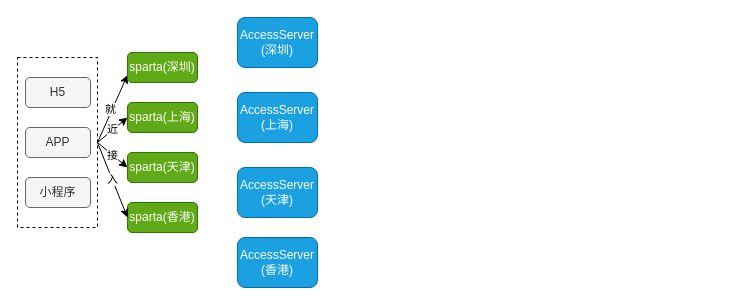
Before: yidian_recom1.drawio in checkking/diagrams, a draw.io diagram. Source tidied: cells renumbered, new cells numbered last; positions are measured from the earlier drawing's top-left corner, leaving out a move shared by most shapes. Both pictures are drawn from the tidied source at 100%, with x=0, y=0 at pixel (17, 17).
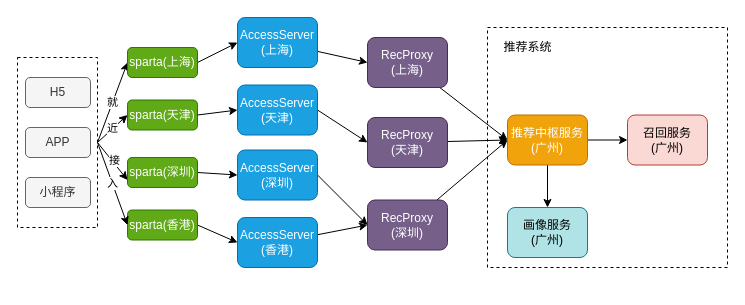
Above is the later version.

Unchanged cells that the change refers to:
```xml
<mxCell id="3" style="rounded=0;whiteSpace=wrap;html=1;dashed=1;" parent="1" vertex="1">
  <mxGeometry y="40" width="80" height="170" as="geometry" />
</mxCell>
<mxCell id="5" style="rounded=0;jettySize=auto;html=1;entryX=0;entryY=0.75;entryDx=0;entryDy=0;exitX=1;exitY=0.5;exitDx=0;exitDy=0;" parent="1" edge="1" source="3" target="10">
  <mxGeometry relative="1" as="geometry" />
</mxCell>
```

Diff of the diagram source:
```diff
@@
+    <mxCell id="19" style="rounded=0;whiteSpace=wrap;html=1;dashed=1;" parent="1" vertex="1">
+      <mxGeometry x="470" y="10" width="240" height="240" as="geometry" />
+    </mxCell>
-    <mxCell id="2" value="接" style="edgeStyle=none;rounded=0;jettySize=auto;html=1;exitX=1;exitY=0.5;exitDx=0;exitDy=0;entryX=0;entryY=0.5;entryDx=0;entryDy=0;" parent="1" edge="1" source="3" target="12">
+    <mxCell id="2" value="近" style="edgeStyle=none;rounded=0;jettySize=auto;html=1;exitX=1;exitY=0.5;exitDx=0;exitDy=0;entryX=0;entryY=0.5;entryDx=0;entryDy=0;" parent="1" edge="1" source="3" target="12">
       <mxGeometry relative="1" as="geometry" />
     </mxCell>
@@
-    <mxCell id="6" value="就" style="edgeLabel;html=1;align=center;verticalAlign=middle;" parent="5" vertex="1">
+    <mxCell id="6" value="接" style="edgeLabel;html=1;align=center;verticalAlign=middle;" parent="5" vertex="1">
       <mxGeometry x="-0.02" y="2" relative="1" as="geometry" />
     </mxCell>
-    <mxCell id="7" value="近" style="edgeStyle=none;rounded=0;jettySize=auto;html=1;entryX=0;entryY=0.5;entryDx=0;entryDy=0;" parent="1" edge="1" target="11">
+    <mxCell id="7" value="就" style="edgeStyle=none;rounded=0;jettySize=auto;html=1;entryX=0;entryY=0.5;entryDx=0;entryDy=0;" parent="1" edge="1" target="11">
       <mxGeometry relative="1" as="geometry">
         <mxPoint x="80" y="125" as="sourcePoint" />
       </mxGeometry>
     </mxCell>
@@
+    <mxCell id="20" style="edgeStyle=none;rounded=0;jettySize=auto;html=1;exitX=1;exitY=0.5;exitDx=0;exitDy=0;entryX=0;entryY=0.5;entryDx=0;entryDy=0;" parent="1" edge="1" source="10" target="15">
+      <mxGeometry relative="1" as="geometry" />
+    </mxCell>
     <mxCell id="10" value="sparta(深圳)" style="rounded=1;whiteSpace=wrap;html=1;fillColor=#60a917;strokeColor=#2D7600;fontColor=#ffffff;" parent="1" vertex="1">
-      <mxGeometry x="110" y="35" width="70" height="30" as="geometry" />
+      <mxGeometry x="110" y="140" width="70" height="30" as="geometry" />
     </mxCell>
+    <mxCell id="21" style="edgeStyle=none;rounded=0;jettySize=auto;html=1;exitX=1;exitY=0.5;exitDx=0;exitDy=0;entryX=0;entryY=0.5;entryDx=0;entryDy=0;" parent="1" edge="1" source="11" target="16">
+      <mxGeometry relative="1" as="geometry" />
+    </mxCell>
     <mxCell id="11" value="sparta(上海)" style="rounded=1;whiteSpace=wrap;html=1;fillColor=#60a917;strokeColor=#2D7600;fontColor=#ffffff;" parent="1" vertex="1">
-      <mxGeometry x="110" y="85" width="70" height="30" as="geometry" />
+      <mxGeometry x="110" y="30" width="70" height="30" as="geometry" />
     </mxCell>
     <mxCell id="12" value="sparta(天津)" style="rounded=1;whiteSpace=wrap;html=1;fillColor=#60a917;strokeColor=#2D7600;fontColor=#ffffff;" parent="1" vertex="1">
-      <mxGeometry x="110" y="135" width="70" height="30" as="geometry" />
+      <mxGeometry x="110" y="82.5" width="70" height="30" as="geometry" />
     </mxCell>
+    <mxCell id="22" style="edgeStyle=none;rounded=0;jettySize=auto;html=1;exitX=1;exitY=0.5;exitDx=0;exitDy=0;entryX=0;entryY=0.5;entryDx=0;entryDy=0;" parent="1" edge="1" source="13" target="18">
+      <mxGeometry relative="1" as="geometry" />
+    </mxCell>
     <mxCell id="13" value="sparta(香港)" style="rounded=1;whiteSpace=wrap;html=1;fillColor=#60a917;strokeColor=#2D7600;fontColor=#ffffff;" parent="1" vertex="1">
-      <mxGeometry x="110" y="185" width="70" height="30" as="geometry" />
+      <mxGeometry x="110" y="192.5" width="70" height="30" as="geometry" />
     </mxCell>
@@
+    <mxCell id="23" style="edgeStyle=none;rounded=0;jettySize=auto;html=1;exitX=1;exitY=0.5;exitDx=0;exitDy=0;entryX=0;entryY=0.5;entryDx=0;entryDy=0;" parent="1" edge="1" source="15" target="28">
+      <mxGeometry relative="1" as="geometry" />
+    </mxCell>
     <mxCell id="15" value="AccessServer&lt;br&gt;(深圳)" style="rounded=1;whiteSpace=wrap;html=1;fillColor=#1ba1e2;strokeColor=#006EAF;fontColor=#ffffff;" parent="1" vertex="1">
-      <mxGeometry x="220" width="80" height="50" as="geometry" />
+      <mxGeometry x="220" y="132.5" width="80" height="50" as="geometry" />
     </mxCell>
+    <mxCell id="24" style="edgeStyle=none;rounded=0;jettySize=auto;html=1;entryX=0;entryY=0.5;entryDx=0;entryDy=0;" parent="1" edge="1" source="16" target="31">
+      <mxGeometry relative="1" as="geometry" />
+    </mxCell>
     <mxCell id="16" value="AccessServer&lt;br&gt;(上海)" style="rounded=1;whiteSpace=wrap;html=1;fillColor=#1ba1e2;strokeColor=#006EAF;fontColor=#ffffff;" parent="1" vertex="1">
-      <mxGeometry x="220" y="75" width="80" height="50" as="geometry" />
+      <mxGeometry x="220" width="80" height="50" as="geometry" />
     </mxCell>
+    <mxCell id="25" style="edgeStyle=none;rounded=0;jettySize=auto;html=1;exitX=1;exitY=0.5;exitDx=0;exitDy=0;entryX=0;entryY=0.5;entryDx=0;entryDy=0;" parent="1" edge="1" source="17" target="34">
+      <mxGeometry relative="1" as="geometry" />
+    </mxCell>
     <mxCell id="17" value="AccessServer&lt;br&gt;(天津)" style="rounded=1;whiteSpace=wrap;html=1;fillColor=#1ba1e2;strokeColor=#006EAF;fontColor=#ffffff;" parent="1" vertex="1">
-      <mxGeometry x="220" y="150" width="80" height="50" as="geometry" />
+      <mxGeometry x="220" y="67.5" width="80" height="50" as="geometry" />
     </mxCell>
+    <mxCell id="26" style="edgeStyle=none;rounded=0;jettySize=auto;html=1;entryX=0;entryY=0.5;entryDx=0;entryDy=0;" parent="1" edge="1" source="18" target="28">
+      <mxGeometry relative="1" as="geometry" />
+    </mxCell>
     <mxCell id="18" value="AccessServer&lt;br&gt;(香港)" style="rounded=1;whiteSpace=wrap;html=1;fillColor=#1ba1e2;strokeColor=#006EAF;fontColor=#ffffff;" parent="1" vertex="1">
-      <mxGeometry x="220" y="220" width="80" height="50" as="geometry" />
+      <mxGeometry x="220" y="200" width="80" height="50" as="geometry" />
     </mxCell>
+    <mxCell id="27" style="edgeStyle=none;rounded=0;jettySize=auto;html=1;entryX=0;entryY=0.5;entryDx=0;entryDy=0;" parent="1" edge="1" source="28" target="38">
+      <mxGeometry relative="1" as="geometry" />
+    </mxCell>
+    <mxCell id="28" value="RecProxy&lt;br&gt;(深圳)" style="rounded=1;whiteSpace=wrap;html=1;fillColor=#76608a;strokeColor=#432D57;fontColor=#ffffff;" parent="1" vertex="1">
+      <mxGeometry x="350" y="182.5" width="80" height="50" as="geometry" />
+    </mxCell>
+    <mxCell id="29" style="edgeStyle=none;rounded=0;jettySize=auto;html=1;exitX=1;exitY=0.5;exitDx=0;exitDy=0;entryX=0;entryY=0.5;entryDx=0;entryDy=0;" parent="1" edge="1" source="12" target="17">
+      <mxGeometry relative="1" as="geometry" />
+    </mxCell>
+    <mxCell id="30" style="edgeStyle=none;rounded=0;jettySize=auto;html=1;entryX=0;entryY=0.5;entryDx=0;entryDy=0;" parent="1" edge="1" source="31" target="38">
+      <mxGeometry relative="1" as="geometry" />
+    </mxCell>
+    <mxCell id="31" value="RecProxy&lt;br&gt;(上海)" style="rounded=1;whiteSpace=wrap;html=1;fillColor=#76608a;strokeColor=#432D57;fontColor=#ffffff;" parent="1" vertex="1">
+      <mxGeometry x="350" y="20" width="80" height="50" as="geometry" />
+    </mxCell>
+    <mxCell id="32" style="edgeStyle=none;rounded=0;jettySize=auto;html=1;" parent="1" edge="1" source="34">
+      <mxGeometry relative="1" as="geometry">
+        <mxPoint x="350" y="130" as="targetPoint" />
+      </mxGeometry>
+    </mxCell>
+    <mxCell id="33" style="edgeStyle=none;rounded=0;jettySize=auto;html=1;entryX=0;entryY=0.5;entryDx=0;entryDy=0;" parent="1" edge="1" source="34" target="38">
+      <mxGeometry relative="1" as="geometry" />
+    </mxCell>
+    <mxCell id="34" value="RecProxy&lt;br&gt;(天津)" style="rounded=1;whiteSpace=wrap;html=1;fillColor=#76608a;strokeColor=#432D57;fontColor=#ffffff;" parent="1" vertex="1">
+      <mxGeometry x="350" y="100" width="80" height="50" as="geometry" />
+    </mxCell>
+    <mxCell id="35" style="edgeStyle=none;rounded=0;orthogonalLoop=1;jettySize=auto;html=1;entryX=0;entryY=0.5;entryDx=0;entryDy=0;" parent="1" edge="1" source="34" target="34">
+      <mxGeometry relative="1" as="geometry" />
+    </mxCell>
+    <mxCell id="36" style="edgeStyle=none;rounded=0;jettySize=auto;html=1;exitX=1;exitY=0.5;exitDx=0;exitDy=0;entryX=0;entryY=0.5;entryDx=0;entryDy=0;" parent="1" edge="1" source="38" target="39">
+      <mxGeometry relative="1" as="geometry" />
+    </mxCell>
+    <mxCell id="37" style="edgeStyle=none;rounded=0;jettySize=auto;html=1;" parent="1" edge="1" source="38" target="41">
+      <mxGeometry relative="1" as="geometry" />
+    </mxCell>
+    <mxCell id="38" value="推荐中枢服务&lt;br&gt;(广州)" style="rounded=1;whiteSpace=wrap;html=1;fillColor=#f0a30a;strokeColor=#BD7000;fontColor=#ffffff;" parent="1" vertex="1">
+      <mxGeometry x="490" y="97.5" width="80" height="50" as="geometry" />
+    </mxCell>
+    <mxCell id="39" value="召回服务&lt;br&gt;(广州)" style="rounded=1;whiteSpace=wrap;html=1;fillColor=#fad9d5;strokeColor=#ae4132;" parent="1" vertex="1">
+      <mxGeometry x="610" y="97.5" width="80" height="50" as="geometry" />
+    </mxCell>
+    <mxCell id="40" value="推荐系统" style="text;html=1;align=center;verticalAlign=middle;" parent="1" vertex="1">
+      <mxGeometry x="480" y="20" width="60" height="20" as="geometry" />
+    </mxCell>
+    <mxCell id="41" value="画像服务&lt;br&gt;(广州)" style="rounded=1;whiteSpace=wrap;html=1;fillColor=#b0e3e6;strokeColor=#0e8088;" parent="1" vertex="1">
+      <mxGeometry x="490" y="190" width="80" height="50" as="geometry" />
+    </mxCell>
```
